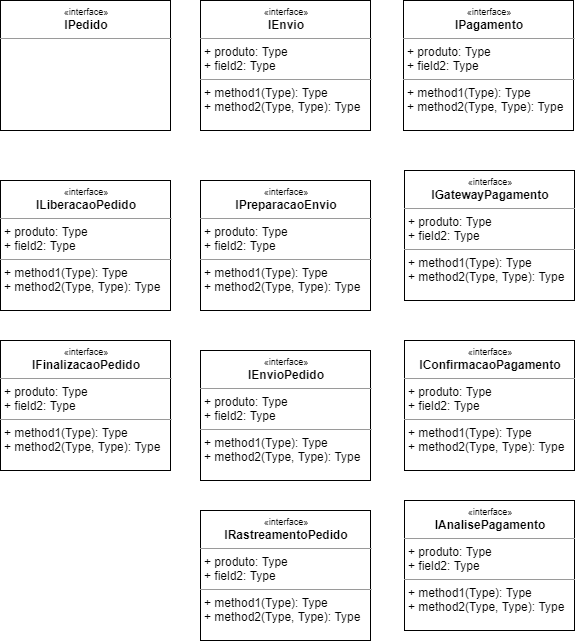
Before: lab01/images/pedido2.png, a diagram exported from draw.io (nakaharag/inf331-componentizacao). Source tidied: cells renumbered, new cells last; positions are measured from the earlier drawing's top-left corner, leaving out a move shared by most shapes.
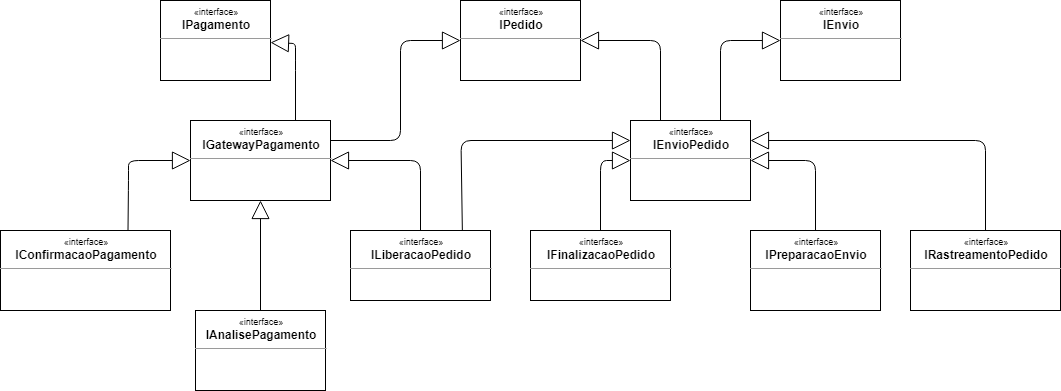
The same diagram one commit later.

Diff of the diagram source:
```diff
@@ -3,37 +3,113 @@
     <mxCell id="0" />
     <mxCell id="1" parent="0" />
     <mxCell id="2" value="&lt;p style=&quot;margin: 0px ; margin-top: 4px ; text-align: center&quot;&gt;&lt;span style=&quot;font-size: 9px&quot;&gt;«interface»&lt;/span&gt;&lt;br&gt;&lt;b&gt;IPedido&lt;/b&gt;&lt;/p&gt;&lt;hr size=&quot;1&quot;&gt;&lt;p style=&quot;margin: 0px ; margin-left: 4px&quot;&gt;&lt;br&gt;&lt;/p&gt;" style="verticalAlign=top;align=left;overflow=fill;fontSize=12;fontFamily=Helvetica;html=1;" parent="1" vertex="1">
-      <mxGeometry width="170" height="130" as="geometry" />
+      <mxGeometry width="120" height="80" as="geometry" />
     </mxCell>
-    <mxCell id="3" value="&lt;p style=&quot;margin: 0px ; margin-top: 4px ; text-align: center&quot;&gt;&lt;span style=&quot;font-size: 9px&quot;&gt;«interface»&lt;/span&gt;&lt;br&gt;&lt;b&gt;IPagamento&lt;/b&gt;&lt;/p&gt;&lt;hr size=&quot;1&quot;&gt;&lt;p style=&quot;margin: 0px ; margin-left: 4px&quot;&gt;+ produto: Type&lt;br&gt;+ field2: Type&lt;/p&gt;&lt;hr size=&quot;1&quot;&gt;&lt;p style=&quot;margin: 0px ; margin-left: 4px&quot;&gt;+ method1(Type): Type&lt;br&gt;+ method2(Type, Type): Type&lt;/p&gt;" style="verticalAlign=top;align=left;overflow=fill;fontSize=12;fontFamily=Helvetica;html=1;" parent="1" vertex="1">
-      <mxGeometry x="403" width="170" height="130" as="geometry" />
+    <mxCell id="3" value="&lt;p style=&quot;margin: 0px ; margin-top: 4px ; text-align: center&quot;&gt;&lt;span style=&quot;font-size: 9px&quot;&gt;«interface»&lt;/span&gt;&lt;br&gt;&lt;b&gt;IPagamento&lt;/b&gt;&lt;/p&gt;&lt;hr size=&quot;1&quot;&gt;&lt;p style=&quot;margin: 0px ; margin-left: 4px&quot;&gt;&lt;br&gt;&lt;/p&gt;" style="verticalAlign=top;align=left;overflow=fill;fontSize=12;fontFamily=Helvetica;html=1;" parent="1" vertex="1">
+      <mxGeometry x="-300" width="110" height="80" as="geometry" />
     </mxCell>
-    <mxCell id="4" value="&lt;p style=&quot;margin: 0px ; margin-top: 4px ; text-align: center&quot;&gt;&lt;span style=&quot;font-size: 9px&quot;&gt;«interface»&lt;/span&gt;&lt;br&gt;&lt;b&gt;IEnvio&lt;/b&gt;&lt;/p&gt;&lt;hr size=&quot;1&quot;&gt;&lt;p style=&quot;margin: 0px ; margin-left: 4px&quot;&gt;+ produto: Type&lt;br&gt;+ field2: Type&lt;/p&gt;&lt;hr size=&quot;1&quot;&gt;&lt;p style=&quot;margin: 0px ; margin-left: 4px&quot;&gt;+ method1(Type): Type&lt;br&gt;+ method2(Type, Type): Type&lt;/p&gt;" style="verticalAlign=top;align=left;overflow=fill;fontSize=12;fontFamily=Helvetica;html=1;" parent="1" vertex="1">
-      <mxGeometry x="200" width="170" height="130" as="geometry" />
+    <mxCell id="4" value="&lt;p style=&quot;margin: 0px ; margin-top: 4px ; text-align: center&quot;&gt;&lt;span style=&quot;font-size: 9px&quot;&gt;«interface»&lt;/span&gt;&lt;br&gt;&lt;b&gt;IEnvio&lt;/b&gt;&lt;/p&gt;&lt;hr size=&quot;1&quot;&gt;&lt;p style=&quot;margin: 0px ; margin-left: 4px&quot;&gt;&lt;br&gt;&lt;/p&gt;" style="verticalAlign=top;align=left;overflow=fill;fontSize=12;fontFamily=Helvetica;html=1;" parent="1" vertex="1">
+      <mxGeometry x="320" width="120" height="80" as="geometry" />
     </mxCell>
-    <mxCell id="5" value="&lt;p style=&quot;margin: 0px ; margin-top: 4px ; text-align: center&quot;&gt;&lt;span style=&quot;font-size: 9px&quot;&gt;«interface»&lt;/span&gt;&lt;br&gt;&lt;b&gt;ILiberacaoPedido&lt;/b&gt;&lt;/p&gt;&lt;hr size=&quot;1&quot;&gt;&lt;p style=&quot;margin: 0px ; margin-left: 4px&quot;&gt;+ produto: Type&lt;br&gt;+ field2: Type&lt;/p&gt;&lt;hr size=&quot;1&quot;&gt;&lt;p style=&quot;margin: 0px ; margin-left: 4px&quot;&gt;+ method1(Type): Type&lt;br&gt;+ method2(Type, Type): Type&lt;/p&gt;" style="verticalAlign=top;align=left;overflow=fill;fontSize=12;fontFamily=Helvetica;html=1;" parent="1" vertex="1">
-      <mxGeometry y="180" width="170" height="130" as="geometry" />
+    <mxCell id="5" value="&lt;p style=&quot;margin: 0px ; margin-top: 4px ; text-align: center&quot;&gt;&lt;span style=&quot;font-size: 9px&quot;&gt;«interface»&lt;/span&gt;&lt;br&gt;&lt;b&gt;ILiberacaoPedido&lt;/b&gt;&lt;/p&gt;&lt;hr size=&quot;1&quot;&gt;&lt;p style=&quot;margin: 0px ; margin-left: 4px&quot;&gt;&lt;/p&gt;&lt;p style=&quot;margin: 0px ; margin-left: 4px&quot;&gt;&lt;br&gt;&lt;/p&gt;" style="verticalAlign=top;align=left;overflow=fill;fontSize=12;fontFamily=Helvetica;html=1;" parent="1" vertex="1">
+      <mxGeometry x="-110" y="230" width="140" height="70" as="geometry" />
     </mxCell>
-    <mxCell id="6" value="&lt;p style=&quot;margin: 0px ; margin-top: 4px ; text-align: center&quot;&gt;&lt;span style=&quot;font-size: 9px&quot;&gt;«interface»&lt;/span&gt;&lt;br&gt;&lt;b&gt;IEnvioPedido&lt;/b&gt;&lt;/p&gt;&lt;hr size=&quot;1&quot;&gt;&lt;p style=&quot;margin: 0px ; margin-left: 4px&quot;&gt;+ produto: Type&lt;br&gt;+ field2: Type&lt;/p&gt;&lt;hr size=&quot;1&quot;&gt;&lt;p style=&quot;margin: 0px ; margin-left: 4px&quot;&gt;+ method1(Type): Type&lt;br&gt;+ method2(Type, Type): Type&lt;/p&gt;" style="verticalAlign=top;align=left;overflow=fill;fontSize=12;fontFamily=Helvetica;html=1;" parent="1" vertex="1">
-      <mxGeometry x="200" y="350" width="170" height="130" as="geometry" />
+    <mxCell id="6" value="&lt;p style=&quot;margin: 0px ; margin-top: 4px ; text-align: center&quot;&gt;&lt;span style=&quot;font-size: 9px&quot;&gt;«interface»&lt;/span&gt;&lt;br&gt;&lt;b&gt;IEnvioPedido&lt;/b&gt;&lt;/p&gt;&lt;hr size=&quot;1&quot;&gt;&lt;p style=&quot;margin: 0px ; margin-left: 4px&quot;&gt;&lt;/p&gt;&lt;p style=&quot;margin: 0px ; margin-left: 4px&quot;&gt;&lt;br&gt;&lt;/p&gt;" style="verticalAlign=top;align=left;overflow=fill;fontSize=12;fontFamily=Helvetica;html=1;" parent="1" vertex="1">
+      <mxGeometry x="170" y="120" width="120" height="80" as="geometry" />
     </mxCell>
-    <mxCell id="7" value="&lt;p style=&quot;margin: 0px ; margin-top: 4px ; text-align: center&quot;&gt;&lt;span style=&quot;font-size: 9px&quot;&gt;«interface»&lt;/span&gt;&lt;br&gt;&lt;b&gt;IRastreamentoPedido&lt;/b&gt;&lt;/p&gt;&lt;hr size=&quot;1&quot;&gt;&lt;p style=&quot;margin: 0px ; margin-left: 4px&quot;&gt;+ produto: Type&lt;br&gt;+ field2: Type&lt;/p&gt;&lt;hr size=&quot;1&quot;&gt;&lt;p style=&quot;margin: 0px ; margin-left: 4px&quot;&gt;+ method1(Type): Type&lt;br&gt;+ method2(Type, Type): Type&lt;/p&gt;" style="verticalAlign=top;align=left;overflow=fill;fontSize=12;fontFamily=Helvetica;html=1;" parent="1" vertex="1">
-      <mxGeometry x="200" y="510" width="170" height="130" as="geometry" />
+    <mxCell id="7" value="&lt;p style=&quot;margin: 0px ; margin-top: 4px ; text-align: center&quot;&gt;&lt;span style=&quot;font-size: 9px&quot;&gt;«interface»&lt;/span&gt;&lt;br&gt;&lt;b&gt;IRastreamentoPedido&lt;/b&gt;&lt;/p&gt;&lt;hr size=&quot;1&quot;&gt;&lt;p style=&quot;margin: 0px ; margin-left: 4px&quot;&gt;&lt;br&gt;&lt;/p&gt;" style="verticalAlign=top;align=left;overflow=fill;fontSize=12;fontFamily=Helvetica;html=1;" parent="1" vertex="1">
+      <mxGeometry x="450" y="230" width="150" height="80" as="geometry" />
     </mxCell>
-    <mxCell id="8" value="&lt;p style=&quot;margin: 0px ; margin-top: 4px ; text-align: center&quot;&gt;&lt;span style=&quot;font-size: 9px&quot;&gt;«interface»&lt;/span&gt;&lt;br&gt;&lt;b&gt;IFinalizacaoPedido&lt;/b&gt;&lt;/p&gt;&lt;hr size=&quot;1&quot;&gt;&lt;p style=&quot;margin: 0px ; margin-left: 4px&quot;&gt;+ produto: Type&lt;br&gt;+ field2: Type&lt;/p&gt;&lt;hr size=&quot;1&quot;&gt;&lt;p style=&quot;margin: 0px ; margin-left: 4px&quot;&gt;+ method1(Type): Type&lt;br&gt;+ method2(Type, Type): Type&lt;/p&gt;" style="verticalAlign=top;align=left;overflow=fill;fontSize=12;fontFamily=Helvetica;html=1;" parent="1" vertex="1">
-      <mxGeometry y="340" width="170" height="130" as="geometry" />
+    <mxCell id="8" value="&lt;p style=&quot;margin: 0px ; margin-top: 4px ; text-align: center&quot;&gt;&lt;span style=&quot;font-size: 9px&quot;&gt;«interface»&lt;/span&gt;&lt;br&gt;&lt;b&gt;IFinalizacaoPedido&lt;/b&gt;&lt;/p&gt;&lt;hr size=&quot;1&quot;&gt;&lt;p style=&quot;margin: 0px ; margin-left: 4px&quot;&gt;&lt;br&gt;&lt;/p&gt;" style="verticalAlign=top;align=left;overflow=fill;fontSize=12;fontFamily=Helvetica;html=1;" parent="1" vertex="1">
+      <mxGeometry x="70" y="230" width="140" height="70" as="geometry" />
     </mxCell>
-    <mxCell id="9" value="&lt;p style=&quot;margin: 0px ; margin-top: 4px ; text-align: center&quot;&gt;&lt;span style=&quot;font-size: 9px&quot;&gt;«interface»&lt;/span&gt;&lt;br&gt;&lt;b&gt;IPreparacaoEnvio&lt;/b&gt;&lt;/p&gt;&lt;hr size=&quot;1&quot;&gt;&lt;p style=&quot;margin: 0px ; margin-left: 4px&quot;&gt;+ produto: Type&lt;br&gt;+ field2: Type&lt;/p&gt;&lt;hr size=&quot;1&quot;&gt;&lt;p style=&quot;margin: 0px ; margin-left: 4px&quot;&gt;+ method1(Type): Type&lt;br&gt;+ method2(Type, Type): Type&lt;/p&gt;" style="verticalAlign=top;align=left;overflow=fill;fontSize=12;fontFamily=Helvetica;html=1;" parent="1" vertex="1">
-      <mxGeometry x="200" y="180" width="170" height="130" as="geometry" />
+    <mxCell id="9" value="&lt;p style=&quot;margin: 0px ; margin-top: 4px ; text-align: center&quot;&gt;&lt;span style=&quot;font-size: 9px&quot;&gt;«interface»&lt;/span&gt;&lt;br&gt;&lt;b&gt;IPreparacaoEnvio&lt;/b&gt;&lt;/p&gt;&lt;hr size=&quot;1&quot;&gt;&lt;p style=&quot;margin: 0px ; margin-left: 4px&quot;&gt;&lt;/p&gt;&lt;p style=&quot;margin: 0px ; margin-left: 4px&quot;&gt;&lt;br&gt;&lt;/p&gt;" style="verticalAlign=top;align=left;overflow=fill;fontSize=12;fontFamily=Helvetica;html=1;" parent="1" vertex="1">
+      <mxGeometry x="290" y="230" width="130" height="80" as="geometry" />
     </mxCell>
-    <mxCell id="10" value="&lt;p style=&quot;margin: 0px ; margin-top: 4px ; text-align: center&quot;&gt;&lt;span style=&quot;font-size: 9px&quot;&gt;«interface»&lt;/span&gt;&lt;br&gt;&lt;b&gt;IGatewayPagamento&lt;/b&gt;&lt;/p&gt;&lt;hr size=&quot;1&quot;&gt;&lt;p style=&quot;margin: 0px ; margin-left: 4px&quot;&gt;+ produto: Type&lt;br&gt;+ field2: Type&lt;/p&gt;&lt;hr size=&quot;1&quot;&gt;&lt;p style=&quot;margin: 0px ; margin-left: 4px&quot;&gt;+ method1(Type): Type&lt;br&gt;+ method2(Type, Type): Type&lt;/p&gt;" style="verticalAlign=top;align=left;overflow=fill;fontSize=12;fontFamily=Helvetica;html=1;" parent="1" vertex="1">
-      <mxGeometry x="404" y="170" width="170" height="130" as="geometry" />
+    <mxCell id="10" value="&lt;p style=&quot;margin: 0px ; margin-top: 4px ; text-align: center&quot;&gt;&lt;span style=&quot;font-size: 9px&quot;&gt;«interface»&lt;/span&gt;&lt;br&gt;&lt;b&gt;IGatewayPagamento&lt;/b&gt;&lt;/p&gt;&lt;hr size=&quot;1&quot;&gt;&lt;p style=&quot;margin: 0px ; margin-left: 4px&quot;&gt;&lt;/p&gt;&lt;p style=&quot;margin: 0px ; margin-left: 4px&quot;&gt;&lt;br&gt;&lt;/p&gt;" style="verticalAlign=top;align=left;overflow=fill;fontSize=12;fontFamily=Helvetica;html=1;" parent="1" vertex="1">
+      <mxGeometry x="-270" y="120" width="140" height="80" as="geometry" />
     </mxCell>
-    <mxCell id="11" value="&lt;p style=&quot;margin: 0px ; margin-top: 4px ; text-align: center&quot;&gt;&lt;span style=&quot;font-size: 9px&quot;&gt;«interface»&lt;/span&gt;&lt;br&gt;&lt;b&gt;IConfirmacaoPagamento&lt;/b&gt;&lt;/p&gt;&lt;hr size=&quot;1&quot;&gt;&lt;p style=&quot;margin: 0px ; margin-left: 4px&quot;&gt;+ produto: Type&lt;br&gt;+ field2: Type&lt;/p&gt;&lt;hr size=&quot;1&quot;&gt;&lt;p style=&quot;margin: 0px ; margin-left: 4px&quot;&gt;+ method1(Type): Type&lt;br&gt;+ method2(Type, Type): Type&lt;/p&gt;" style="verticalAlign=top;align=left;overflow=fill;fontSize=12;fontFamily=Helvetica;html=1;" parent="1" vertex="1">
-      <mxGeometry x="404" y="340" width="170" height="130" as="geometry" />
+    <mxCell id="11" value="&lt;p style=&quot;margin: 0px ; margin-top: 4px ; text-align: center&quot;&gt;&lt;span style=&quot;font-size: 9px&quot;&gt;«interface»&lt;/span&gt;&lt;br&gt;&lt;b&gt;IConfirmacaoPagamento&lt;/b&gt;&lt;/p&gt;&lt;hr size=&quot;1&quot;&gt;&lt;p style=&quot;margin: 0px ; margin-left: 4px&quot;&gt;&lt;/p&gt;&lt;p style=&quot;margin: 0px ; margin-left: 4px&quot;&gt;&lt;br&gt;&lt;/p&gt;" style="verticalAlign=top;align=left;overflow=fill;fontSize=12;fontFamily=Helvetica;html=1;" parent="1" vertex="1">
+      <mxGeometry x="-460" y="230" width="170" height="80" as="geometry" />
     </mxCell>
-    <mxCell id="12" value="&lt;p style=&quot;margin: 0px ; margin-top: 4px ; text-align: center&quot;&gt;&lt;span style=&quot;font-size: 9px&quot;&gt;«interface»&lt;/span&gt;&lt;br&gt;&lt;b&gt;IAnalisePagamento&lt;/b&gt;&lt;/p&gt;&lt;hr size=&quot;1&quot;&gt;&lt;p style=&quot;margin: 0px ; margin-left: 4px&quot;&gt;+ produto: Type&lt;br&gt;+ field2: Type&lt;/p&gt;&lt;hr size=&quot;1&quot;&gt;&lt;p style=&quot;margin: 0px ; margin-left: 4px&quot;&gt;+ method1(Type): Type&lt;br&gt;+ method2(Type, Type): Type&lt;/p&gt;" style="verticalAlign=top;align=left;overflow=fill;fontSize=12;fontFamily=Helvetica;html=1;" parent="1" vertex="1">
-      <mxGeometry x="404" y="500" width="170" height="130" as="geometry" />
+    <mxCell id="12" value="&lt;p style=&quot;margin: 0px ; margin-top: 4px ; text-align: center&quot;&gt;&lt;span style=&quot;font-size: 9px&quot;&gt;«interface»&lt;/span&gt;&lt;br&gt;&lt;b&gt;IAnalisePagamento&lt;/b&gt;&lt;/p&gt;&lt;hr size=&quot;1&quot;&gt;&lt;p style=&quot;margin: 0px ; margin-left: 4px&quot;&gt;&lt;/p&gt;&lt;p style=&quot;margin: 0px ; margin-left: 4px&quot;&gt;&lt;br&gt;&lt;/p&gt;" style="verticalAlign=top;align=left;overflow=fill;fontSize=12;fontFamily=Helvetica;html=1;" parent="1" vertex="1">
+      <mxGeometry x="-265" y="310" width="130" height="80" as="geometry" />
     </mxCell>
+    <mxCell id="13" style="endArrow=block;endSize=16;endFill=0;html=1;fontSize=9;exitX=0.5;exitY=0;exitDx=0;exitDy=0;entryX=1;entryY=0.5;entryDx=0;entryDy=0;" parent="1" edge="1" source="9" target="6">
+      <mxGeometry relative="1" as="geometry">
+        <Array as="points">
+          <mxPoint x="355" y="160" />
+        </Array>
+      </mxGeometry>
+    </mxCell>
+    <mxCell id="14" style="endArrow=block;endSize=16;endFill=0;html=1;fontSize=9;exitX=0.75;exitY=0;exitDx=0;exitDy=0;entryX=0;entryY=0.5;entryDx=0;entryDy=0;" parent="1" edge="1" source="6" target="4">
+      <mxGeometry relative="1" as="geometry">
+        <Array as="points">
+          <mxPoint x="260" y="40" />
+        </Array>
+      </mxGeometry>
+    </mxCell>
+    <mxCell id="15" style="endArrow=block;endSize=16;endFill=0;html=1;fontSize=9;entryX=0;entryY=0.5;entryDx=0;entryDy=0;exitX=0.5;exitY=0;exitDx=0;exitDy=0;" parent="1" edge="1" source="8" target="6">
+      <mxGeometry relative="1" as="geometry">
+        <Array as="points">
+          <mxPoint x="140" y="160" />
+        </Array>
+      </mxGeometry>
+    </mxCell>
+    <mxCell id="16" style="endArrow=block;endSize=16;endFill=0;html=1;fontSize=9;exitX=0.5;exitY=0;exitDx=0;exitDy=0;entryX=1;entryY=0.5;entryDx=0;entryDy=0;" parent="1" edge="1" source="5" target="10">
+      <mxGeometry relative="1" as="geometry">
+        <Array as="points">
+          <mxPoint x="-40" y="160" />
+        </Array>
+      </mxGeometry>
+    </mxCell>
+    <mxCell id="17" style="endArrow=block;endSize=16;endFill=0;html=1;fontSize=9;exitX=0.5;exitY=0;exitDx=0;exitDy=0;entryX=0.5;entryY=1;entryDx=0;entryDy=0;" parent="1" edge="1" source="12" target="10">
+      <mxGeometry relative="1" as="geometry" />
+    </mxCell>
+    <mxCell id="18" style="endArrow=block;endSize=16;endFill=0;html=1;fontSize=9;exitX=0.25;exitY=0;exitDx=0;exitDy=0;entryX=1;entryY=0.5;entryDx=0;entryDy=0;" parent="1" edge="1" source="6" target="2">
+      <mxGeometry relative="1" as="geometry">
+        <Array as="points">
+          <mxPoint x="200" y="40" />
+        </Array>
+      </mxGeometry>
+    </mxCell>
+    <mxCell id="19" style="endArrow=block;endSize=16;endFill=0;html=1;fontSize=9;exitX=0.5;exitY=0;exitDx=0;exitDy=0;entryX=1;entryY=0.25;entryDx=0;entryDy=0;" parent="1" edge="1" source="7" target="6">
+      <mxGeometry relative="1" as="geometry">
+        <Array as="points">
+          <mxPoint x="525" y="140" />
+        </Array>
+      </mxGeometry>
+    </mxCell>
+    <mxCell id="20" style="endArrow=block;endSize=16;endFill=0;html=1;fontSize=9;entryX=0;entryY=0.5;entryDx=0;entryDy=0;exitX=1;exitY=0.25;exitDx=0;exitDy=0;" parent="1" edge="1" source="10" target="2">
+      <mxGeometry relative="1" as="geometry">
+        <Array as="points">
+          <mxPoint x="-60" y="140" />
+          <mxPoint x="-60" y="40" />
+        </Array>
+      </mxGeometry>
+    </mxCell>
+    <mxCell id="21" style="endArrow=block;endSize=16;endFill=0;html=1;fontSize=9;exitX=0.75;exitY=0;exitDx=0;exitDy=0;" parent="1" edge="1" source="10" target="3">
+      <mxGeometry relative="1" as="geometry">
+        <Array as="points">
+          <mxPoint x="-165" y="60" />
+          <mxPoint x="-165" y="43" />
+        </Array>
+      </mxGeometry>
+    </mxCell>
+    <mxCell id="22" style="endArrow=block;endSize=16;endFill=0;html=1;fontSize=9;exitX=0.75;exitY=0;exitDx=0;exitDy=0;entryX=0;entryY=0.5;entryDx=0;entryDy=0;" parent="1" edge="1" source="11" target="10">
+      <mxGeometry relative="1" as="geometry">
+        <Array as="points">
+          <mxPoint x="-332" y="180" />
+          <mxPoint x="-332" y="160" />
+        </Array>
+      </mxGeometry>
+    </mxCell>
+    <mxCell id="23" style="endArrow=block;endSize=16;endFill=0;html=1;fontSize=9;exitX=0.799;exitY=0.005;exitDx=0;exitDy=0;entryX=0;entryY=0.25;entryDx=0;entryDy=0;exitPerimeter=0;" parent="1" edge="1" source="5" target="6">
+      <mxGeometry relative="1" as="geometry">
+        <Array as="points">
+          <mxPoint x="0.5" y="140" />
+        </Array>
+      </mxGeometry>
+    </mxCell>
   </root>
 </mxGraphModel>
```
